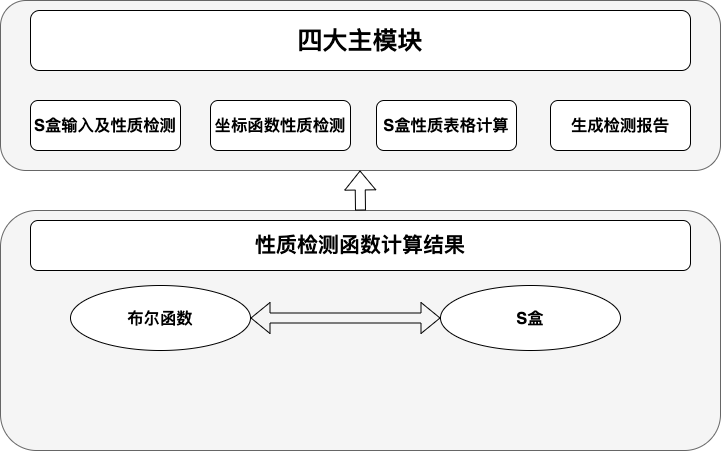
Above: jiagou.png in GRHun/image-PicX (draw.io), before the change. Source tidied: cells renumbered, new cells last; positions are measured from the earlier drawing's top-left corner, leaving out a move shared by most shapes.
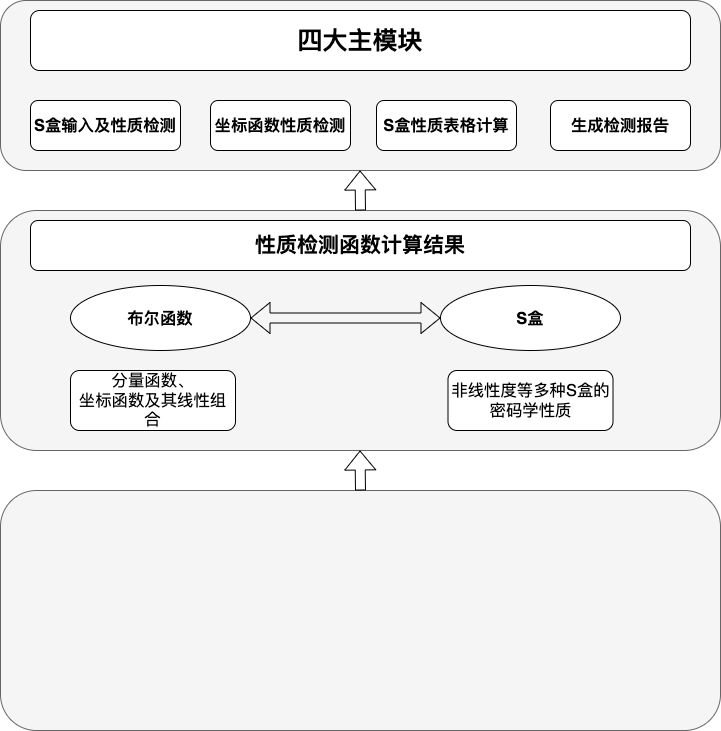
After the commit.

Change to the diagram source:
```diff
@@ -41,5 +41,20 @@
     <mxCell id="13" style="shape=flexArrow;endArrow=classic;startArrow=classic;html=1;rounded=0;fontSize=14;exitX=1;exitY=0.5;exitDx=0;exitDy=0;entryX=0;entryY=0.5;entryDx=0;entryDy=0;" parent="1" edge="1" source="11" target="12">
       <mxGeometry relative="1" as="geometry" />
     </mxCell>
+    <mxCell id="14" value="&lt;h3&gt;&lt;span style=&quot;font-weight: normal;&quot;&gt;分量函数、&lt;br&gt;坐标函数及其线性组合&lt;/span&gt;&lt;/h3&gt;" style="rounded=1;whiteSpace=wrap;html=1;shadow=0;glass=0;sketch=0;fontSize=14;" parent="1" vertex="1">
+      <mxGeometry x="70" y="370" width="165" height="60" as="geometry" />
+    </mxCell>
+    <mxCell id="15" value="&lt;h3&gt;&lt;span style=&quot;font-weight: 400;&quot;&gt;非线性度等多种S盒的密码学性质&lt;/span&gt;&lt;/h3&gt;" style="rounded=1;whiteSpace=wrap;html=1;shadow=0;glass=0;sketch=0;fontSize=14;" parent="1" vertex="1">
+      <mxGeometry x="447.5" y="370" width="165" height="60" as="geometry" />
+    </mxCell>
+    <mxCell id="16" style="rounded=1;whiteSpace=wrap;html=1;labelBackgroundColor=#99FFFF;fontFamily=Times New Roman;fillColor=#f5f5f5;strokeColor=#666666;glass=0;shadow=0;sketch=0;fontColor=#333333;" parent="1" vertex="1">
+      <mxGeometry y="490" width="720" height="240" as="geometry" />
+    </mxCell>
+    <mxCell id="17" style="shape=flexArrow;endArrow=classic;html=1;rounded=0;fontSize=14;" parent="1" edge="1">
+      <mxGeometry relative="1" as="geometry">
+        <mxPoint x="360" y="490" as="sourcePoint" />
+        <mxPoint x="359.5" y="450" as="targetPoint" />
+      </mxGeometry>
+    </mxCell>
   </root>
 </mxGraphModel>
```
